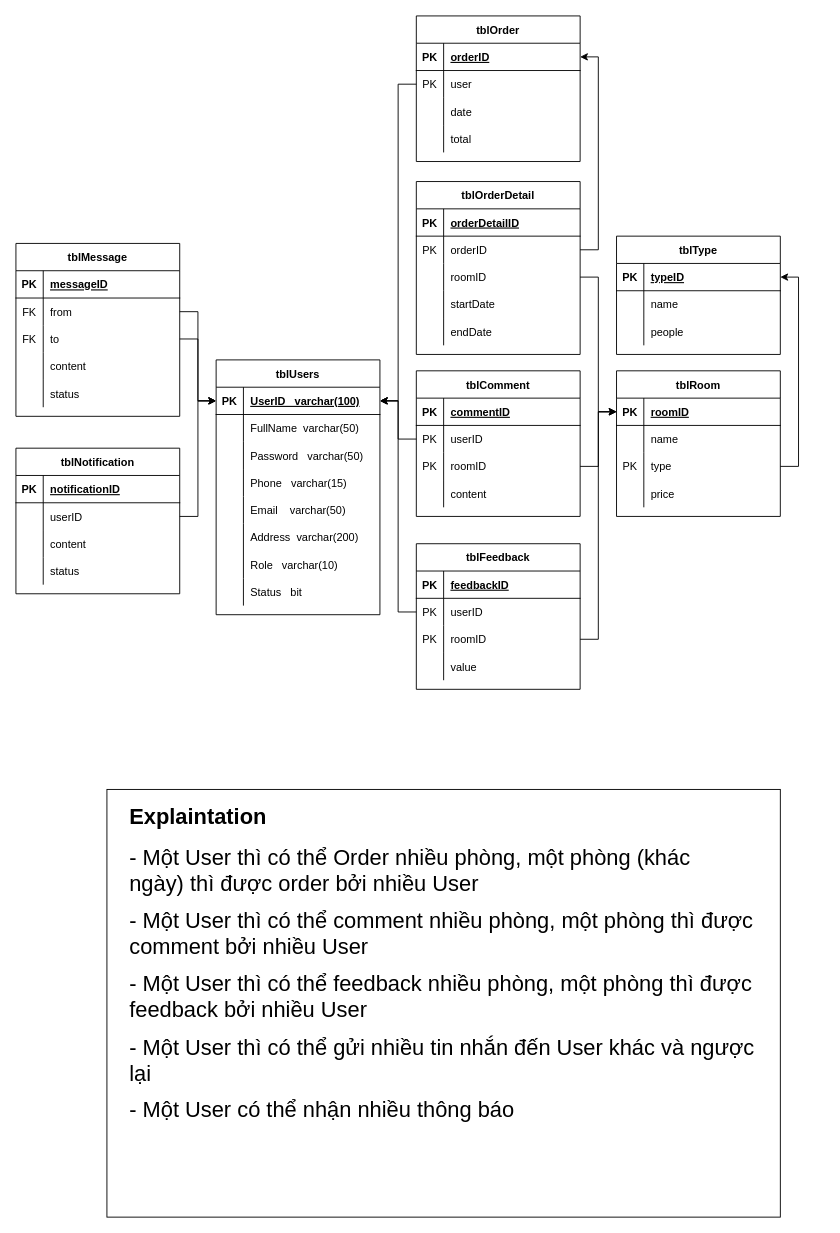
The draw.io diagram Database/PRN292_Assignment.drawio in passion-Infinity/PRN292_Assignment, before the edit. Source tidied: cells renumbered, new cells numbered last; positions are measured from the earlier drawing's top-left corner, leaving out a move shared by most shapes. Both pictures are drawn from the tidied source at 91%, with x=0, y=0 at pixel (15, 15).
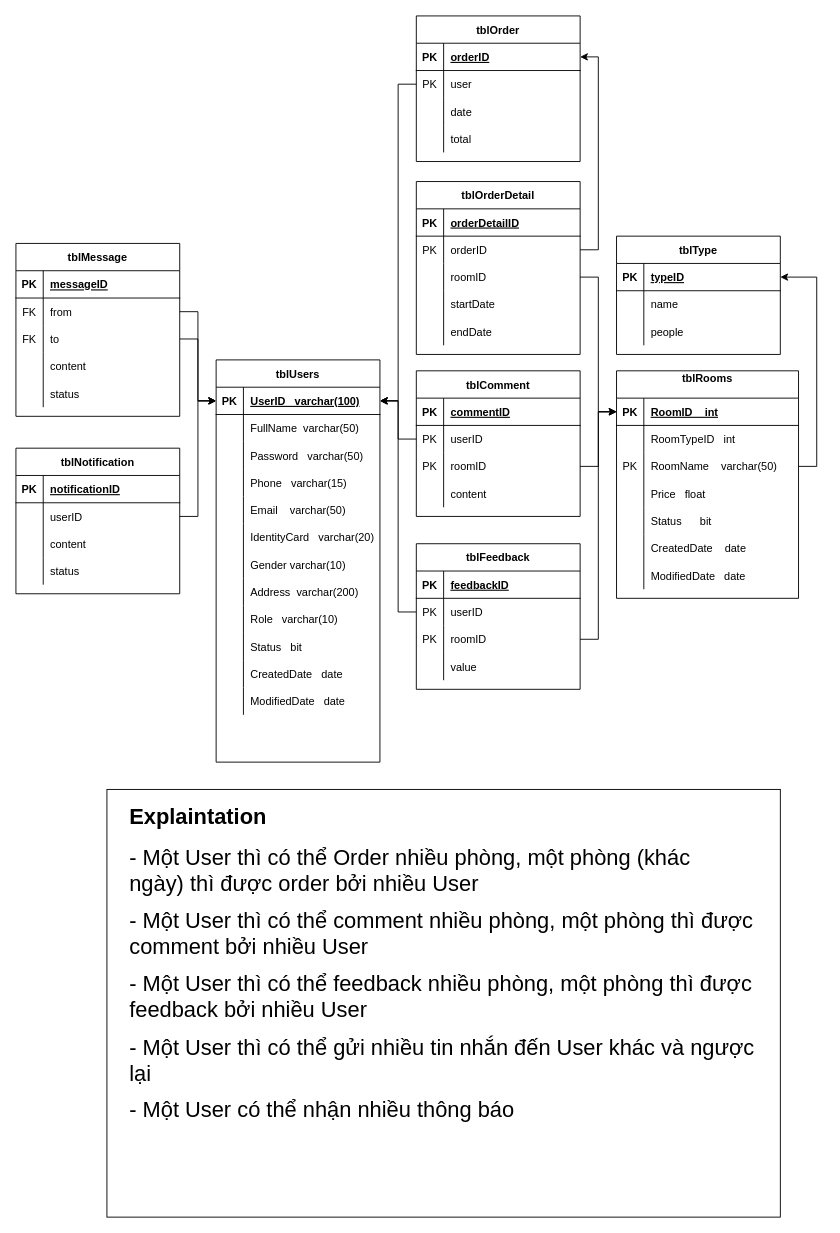
The same page after the edit.

What changed in the source:
```diff
@@
-    <mxCell id="3" value="tblRoom" style="shape=table;startSize=30;childLayout=tableLayout;rowLines=0;fontStyle=1;align=center;" parent="1" vertex="1">
-      <mxGeometry x="660" y="390" width="180" height="160" as="geometry" />
+    <mxCell id="3" value="tblRooms&#10;" style="shape=table;startSize=30;childLayout=tableLayout;rowLines=0;fontStyle=1;align=center;" parent="1" vertex="1">
+      <mxGeometry x="660" y="390" width="200" height="250" as="geometry" />
     </mxCell>
     <mxCell id="4" style="shape=partialRectangle;fillColor=none;top=0;left=0;bottom=1;right=0;points=[[0,0.5],[1,0.5]];portConstraint=eastwest;" parent="3" vertex="1">
-      <mxGeometry y="30" width="180" height="30" as="geometry" />
+      <mxGeometry y="30" width="200" height="30" as="geometry" />
     </mxCell>
@@
-    <mxCell id="6" value="roomID" style="shape=partialRectangle;fillColor=none;top=0;left=0;bottom=0;right=0;align=left;spacingLeft=6;fontStyle=5;overflow=hidden;" parent="4" vertex="1">
-      <mxGeometry x="30" width="150" height="30" as="geometry" />
+    <mxCell id="6" value="RoomID    int" style="shape=partialRectangle;fillColor=none;top=0;left=0;bottom=0;right=0;align=left;spacingLeft=6;fontStyle=5;overflow=hidden;" parent="4" vertex="1">
+      <mxGeometry x="30" width="170" height="30" as="geometry" />
     </mxCell>
     <mxCell id="7" style="shape=partialRectangle;fillColor=none;top=0;left=0;bottom=0;right=0;" parent="3" vertex="1">
-      <mxGeometry y="60" width="180" height="30" as="geometry" />
+      <mxGeometry y="60" width="200" height="30" as="geometry" />
     </mxCell>
@@
-    <mxCell id="9" value="name" style="shape=partialRectangle;fillColor=none;top=0;left=0;bottom=0;right=0;align=left;spacingLeft=6;overflow=hidden;" parent="7" vertex="1">
-      <mxGeometry x="30" width="150" height="30" as="geometry" />
+    <mxCell id="9" value="RoomTypeID   int" style="shape=partialRectangle;fillColor=none;top=0;left=0;bottom=0;right=0;align=left;spacingLeft=6;overflow=hidden;" parent="7" vertex="1">
+      <mxGeometry x="30" width="170" height="30" as="geometry" />
     </mxCell>
     <mxCell id="10" style="shape=partialRectangle;fillColor=none;top=0;left=0;bottom=0;right=0;points=[[0,0.5],[1,0.5]];portConstraint=eastwest;" parent="3" vertex="1">
-      <mxGeometry y="90" width="180" height="30" as="geometry" />
+      <mxGeometry y="90" width="200" height="30" as="geometry" />
     </mxCell>
@@
-    <mxCell id="12" value="type" style="shape=partialRectangle;fillColor=none;top=0;left=0;bottom=0;right=0;align=left;spacingLeft=6;overflow=hidden;" parent="10" vertex="1">
-      <mxGeometry x="30" width="150" height="30" as="geometry" />
+    <mxCell id="12" value="RoomName    varchar(50)" style="shape=partialRectangle;fillColor=none;top=0;left=0;bottom=0;right=0;align=left;spacingLeft=6;overflow=hidden;" parent="10" vertex="1">
+      <mxGeometry x="30" width="170" height="30" as="geometry" />
     </mxCell>
     <mxCell id="13" style="shape=partialRectangle;fillColor=none;top=0;left=0;bottom=0;right=0;" parent="3" vertex="1">
-      <mxGeometry y="120" width="180" height="30" as="geometry" />
+      <mxGeometry y="120" width="200" height="30" as="geometry" />
     </mxCell>
@@
-    <mxCell id="15" value="price" style="shape=partialRectangle;fillColor=none;top=0;left=0;bottom=0;right=0;align=left;spacingLeft=6;overflow=hidden;" parent="13" vertex="1">
-      <mxGeometry x="30" width="150" height="30" as="geometry" />
+    <mxCell id="15" value="Price   float" style="shape=partialRectangle;fillColor=none;top=0;left=0;bottom=0;right=0;align=left;spacingLeft=6;overflow=hidden;" parent="13" vertex="1">
+      <mxGeometry x="30" width="170" height="30" as="geometry" />
     </mxCell>
+    <mxCell id="147" style="shape=partialRectangle;fillColor=none;top=0;left=0;bottom=0;right=0;" parent="3" vertex="1">
+      <mxGeometry y="150" width="200" height="30" as="geometry" />
+    </mxCell>
+    <mxCell id="148" style="shape=partialRectangle;fillColor=none;top=0;left=0;bottom=0;right=0;overflow=hidden;" parent="147" vertex="1">
+      <mxGeometry width="30" height="30" as="geometry" />
+    </mxCell>
+    <mxCell id="149" value="Status      bit" style="shape=partialRectangle;fillColor=none;top=0;left=0;bottom=0;right=0;align=left;spacingLeft=6;overflow=hidden;" parent="147" vertex="1">
+      <mxGeometry x="30" width="170" height="30" as="geometry" />
+    </mxCell>
+    <mxCell id="150" style="shape=partialRectangle;fillColor=none;top=0;left=0;bottom=0;right=0;" parent="3" vertex="1">
+      <mxGeometry y="180" width="200" height="30" as="geometry" />
+    </mxCell>
+    <mxCell id="151" style="shape=partialRectangle;fillColor=none;top=0;left=0;bottom=0;right=0;overflow=hidden;" parent="150" vertex="1">
+      <mxGeometry width="30" height="30" as="geometry" />
+    </mxCell>
+    <mxCell id="152" value="CreatedDate    date" style="shape=partialRectangle;fillColor=none;top=0;left=0;bottom=0;right=0;align=left;spacingLeft=6;overflow=hidden;" parent="150" vertex="1">
+      <mxGeometry x="30" width="170" height="30" as="geometry" />
+    </mxCell>
+    <mxCell id="153" style="shape=partialRectangle;fillColor=none;top=0;left=0;bottom=0;right=0;" parent="3" vertex="1">
+      <mxGeometry y="210" width="200" height="30" as="geometry" />
+    </mxCell>
+    <mxCell id="154" style="shape=partialRectangle;fillColor=none;top=0;left=0;bottom=0;right=0;overflow=hidden;" parent="153" vertex="1">
+      <mxGeometry width="30" height="30" as="geometry" />
+    </mxCell>
+    <mxCell id="155" value="ModifiedDate   date" style="shape=partialRectangle;fillColor=none;top=0;left=0;bottom=0;right=0;align=left;spacingLeft=6;overflow=hidden;" parent="153" vertex="1">
+      <mxGeometry x="30" width="170" height="30" as="geometry" />
+    </mxCell>
@@
     <mxCell id="55" value="tblUsers" style="shape=table;startSize=30;childLayout=tableLayout;rowLines=0;fontStyle=1;align=center;" parent="1" vertex="1">
-      <mxGeometry x="220" y="378" width="180" height="280" as="geometry" />
+      <mxGeometry x="220" y="378" width="180" height="442" as="geometry" />
     </mxCell>
@@
+    <mxCell id="156" style="shape=partialRectangle;fillColor=none;top=0;left=0;bottom=0;right=0;" parent="55" vertex="1">
+      <mxGeometry y="180" width="180" height="30" as="geometry" />
+    </mxCell>
+    <mxCell id="157" style="shape=partialRectangle;fillColor=none;top=0;left=0;bottom=0;right=0;overflow=hidden;" parent="156" vertex="1">
+      <mxGeometry width="30" height="30" as="geometry" />
+    </mxCell>
+    <mxCell id="158" value="IdentityCard   varchar(20)" style="shape=partialRectangle;fillColor=none;top=0;left=0;bottom=0;right=0;align=left;spacingLeft=6;overflow=hidden;" parent="156" vertex="1">
+      <mxGeometry x="30" width="150" height="30" as="geometry" />
+    </mxCell>
+    <mxCell id="159" style="shape=partialRectangle;fillColor=none;top=0;left=0;bottom=0;right=0;" parent="55" vertex="1">
+      <mxGeometry y="210" width="180" height="30" as="geometry" />
+    </mxCell>
+    <mxCell id="160" style="shape=partialRectangle;fillColor=none;top=0;left=0;bottom=0;right=0;overflow=hidden;" parent="159" vertex="1">
+      <mxGeometry width="30" height="30" as="geometry" />
+    </mxCell>
+    <mxCell id="161" value="Gender varchar(10)" style="shape=partialRectangle;fillColor=none;top=0;left=0;bottom=0;right=0;align=left;spacingLeft=6;overflow=hidden;" parent="159" vertex="1">
+      <mxGeometry x="30" width="150" height="30" as="geometry" />
+    </mxCell>
     <mxCell id="71" style="shape=partialRectangle;fillColor=none;top=0;left=0;bottom=0;right=0;" parent="55" vertex="1">
-      <mxGeometry y="180" width="180" height="30" as="geometry" />
+      <mxGeometry y="240" width="180" height="30" as="geometry" />
     </mxCell>
@@
     <mxCell id="74" style="shape=partialRectangle;fillColor=none;top=0;left=0;bottom=0;right=0;" parent="55" vertex="1">
-      <mxGeometry y="210" width="180" height="30" as="geometry" />
+      <mxGeometry y="270" width="180" height="30" as="geometry" />
     </mxCell>
@@
     <mxCell id="77" style="shape=partialRectangle;fillColor=none;top=0;left=0;bottom=0;right=0;" parent="55" vertex="1">
-      <mxGeometry y="240" width="180" height="30" as="geometry" />
+      <mxGeometry y="300" width="180" height="30" as="geometry" />
     </mxCell>
@@
+    <mxCell id="162" style="shape=partialRectangle;fillColor=none;top=0;left=0;bottom=0;right=0;" parent="55" vertex="1">
+      <mxGeometry y="330" width="180" height="30" as="geometry" />
+    </mxCell>
+    <mxCell id="163" style="shape=partialRectangle;fillColor=none;top=0;left=0;bottom=0;right=0;overflow=hidden;" parent="162" vertex="1">
+      <mxGeometry width="30" height="30" as="geometry" />
+    </mxCell>
+    <mxCell id="164" value="CreatedDate   date" style="shape=partialRectangle;fillColor=none;top=0;left=0;bottom=0;right=0;align=left;spacingLeft=6;overflow=hidden;" parent="162" vertex="1">
+      <mxGeometry x="30" width="150" height="30" as="geometry" />
+    </mxCell>
+    <mxCell id="165" style="shape=partialRectangle;fillColor=none;top=0;left=0;bottom=0;right=0;" parent="55" vertex="1">
+      <mxGeometry y="360" width="180" height="30" as="geometry" />
+    </mxCell>
+    <mxCell id="166" style="shape=partialRectangle;fillColor=none;top=0;left=0;bottom=0;right=0;overflow=hidden;" parent="165" vertex="1">
+      <mxGeometry width="30" height="30" as="geometry" />
+    </mxCell>
+    <mxCell id="167" value="ModifiedDate   date" style="shape=partialRectangle;fillColor=none;top=0;left=0;bottom=0;right=0;align=left;spacingLeft=6;overflow=hidden;" parent="165" vertex="1">
+      <mxGeometry x="30" width="150" height="30" as="geometry" />
+    </mxCell>
```
